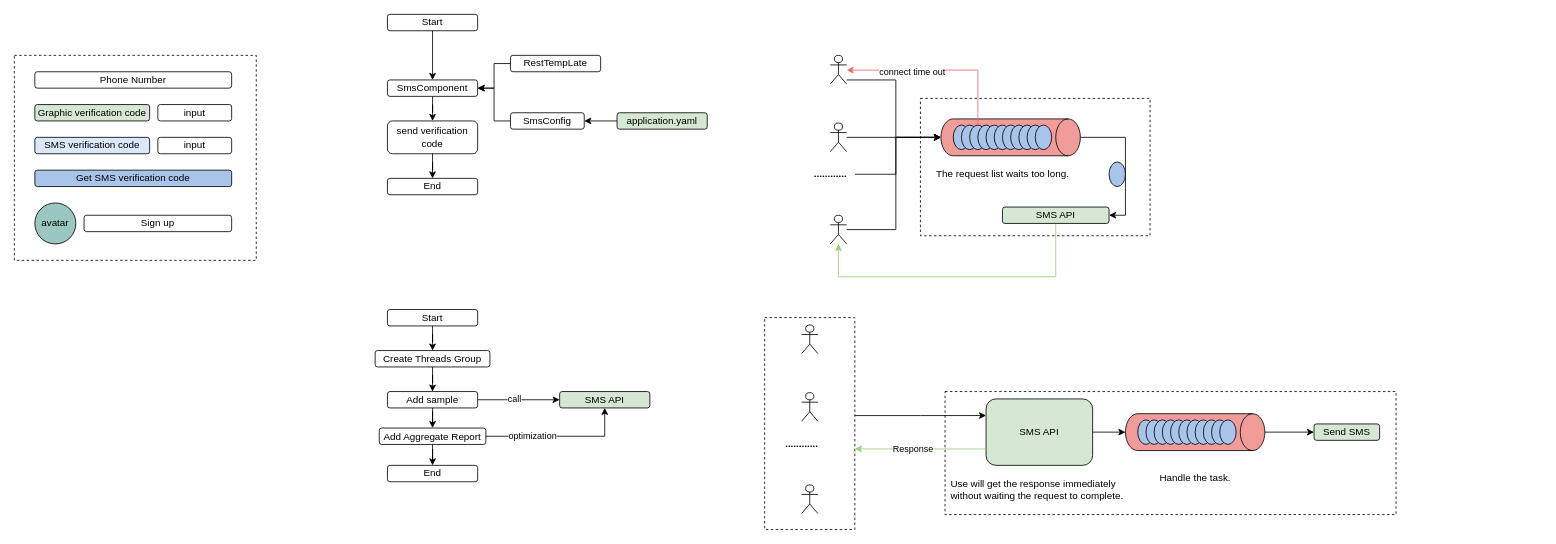
Above: Draw/总体架构图.drawio in RainbowJier/Short_Chain (draw.io), before the change. Source tidied: cells renumbered, new cells numbered last; positions are measured from the earlier drawing's top-left corner, leaving out a move shared by most shapes. Both pictures are drawn from the tidied source at 82%, with x=0, y=0 at pixel (14, 14).
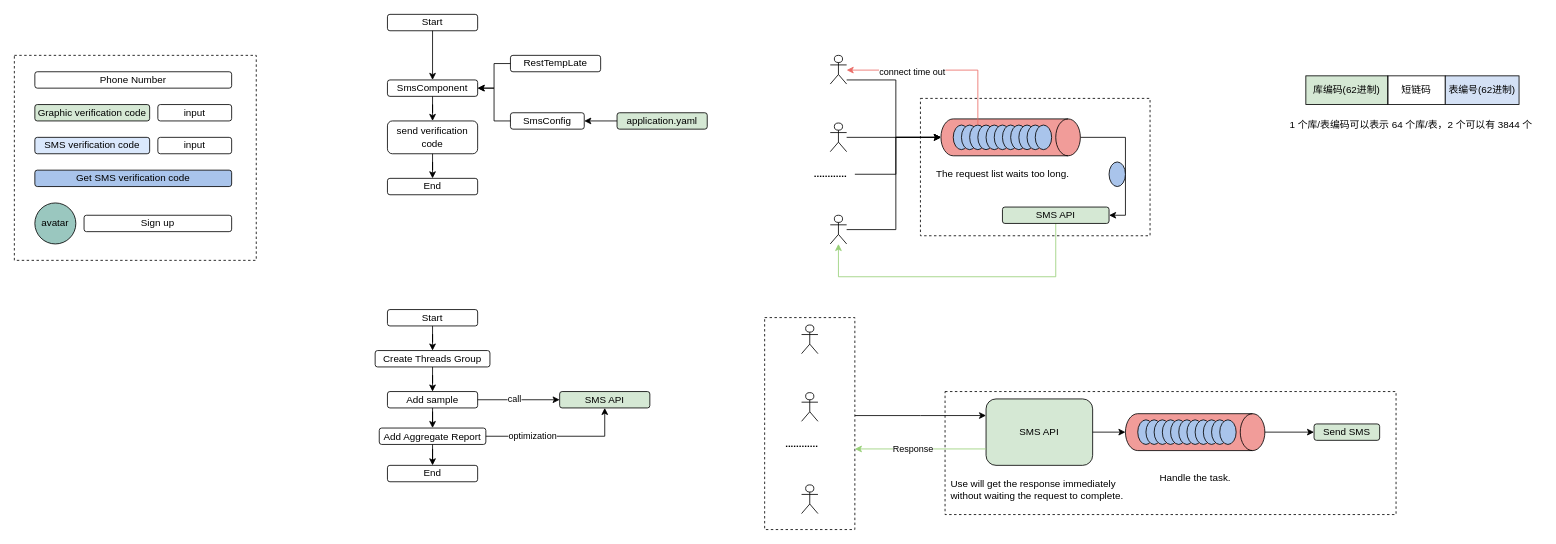
Above is the later version.

Commit message:
更新总体架构图.drawio

The edit, as a diff of the source:
```diff
@@
+    <mxCell id="95" value="库编码(62进制)" style="rounded=0;whiteSpace=wrap;html=1;fillColor=#D5E8D4;" parent="1" vertex="1">
+      <mxGeometry x="1575" y="75" width="100" height="35" as="geometry" />
+    </mxCell>
+    <mxCell id="96" value="短链码" style="rounded=0;whiteSpace=wrap;html=1;fillColor=none;" parent="1" vertex="1">
+      <mxGeometry x="1675" y="75" width="70" height="35" as="geometry" />
+    </mxCell>
+    <mxCell id="97" value="表编号(62进制)" style="rounded=0;whiteSpace=wrap;html=1;fillColor=#D4E1F5;" parent="1" vertex="1">
+      <mxGeometry x="1745" y="75" width="90" height="35" as="geometry" />
+    </mxCell>
+    <mxCell id="98" value="1 个库/表编码可以表示 64 个库/表，2 个可以有 3844 个" style="text;html=1;align=center;verticalAlign=middle;strokeColor=none;fillColor=none;" parent="1" vertex="1">
+      <mxGeometry x="1543" y="120" width="320" height="30" as="geometry" />
+    </mxCell>
```
